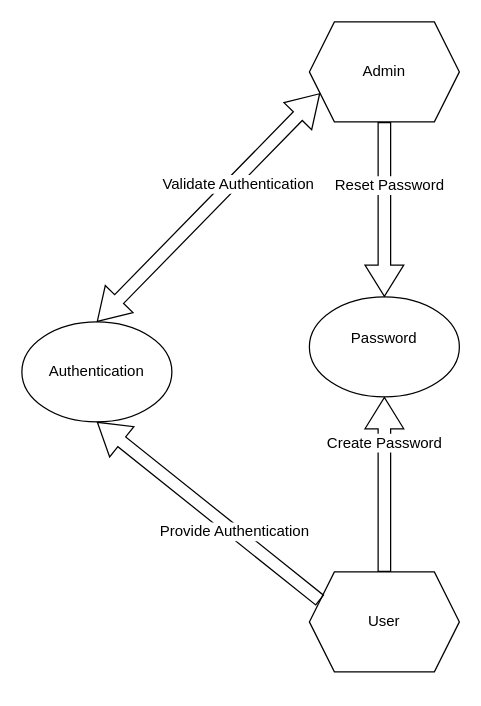
This is diagrams/interaction_2_Use_Case.drawio from AyRidd03/SoftwareAssuranceTeam3, a draw.io file, before an edit. Source tidied: cells renumbered, new cells numbered last; positions are measured from the earlier drawing's top-left corner, leaving out a move shared by most shapes. Both pictures are drawn from the tidied source at 125%, with x=0, y=0 at pixel (21, 21).
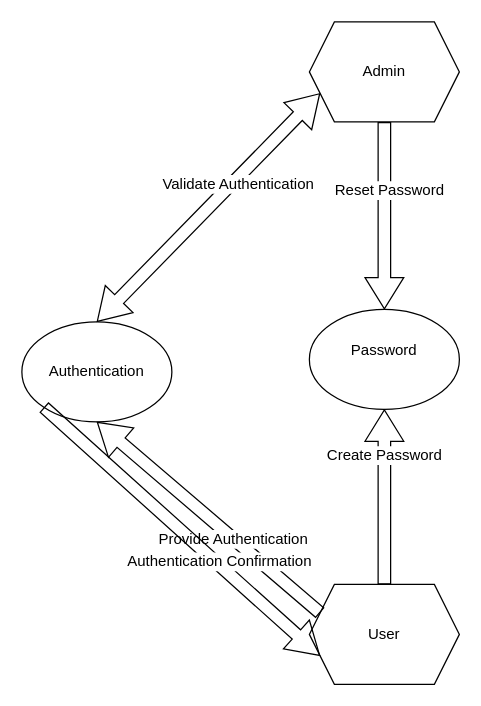
The same page after the edit.

Change to the diagram source:
```diff
@@
 <mxGraphModel>
   <root>
     <mxCell id="0" />
     <mxCell id="1" parent="0" />
     <mxCell id="2" value="Admin" style="shape=hexagon;perimeter=hexagonPerimeter2;whiteSpace=wrap;html=1;shapeInside=1;fixedSize=1;" parent="1" vertex="1">
       <mxGeometry x="230" width="120" height="80" as="geometry" />
     </mxCell>
     <mxCell id="3" value="User" style="shape=hexagon;perimeter=hexagonPerimeter2;whiteSpace=wrap;html=1;shapeInside=1;fixedSize=1;" parent="1" vertex="1">
-      <mxGeometry x="230" y="440" width="120" height="80" as="geometry" />
+      <mxGeometry x="230" y="450" width="120" height="80" as="geometry" />
     </mxCell>
     <mxCell id="4" value="Password&lt;div&gt;&lt;br/&gt;&lt;/div&gt;" style="ellipse;whiteSpace=wrap;html=1;shapeInside=1;" parent="1" vertex="1">
-      <mxGeometry x="230" y="220" width="120" height="80" as="geometry" />
+      <mxGeometry x="230" y="230" width="120" height="80" as="geometry" />
     </mxCell>
     <mxCell id="5" style="shape=flexArrow;endArrow=classic;html=1;rounded=0;fontSize=12;startSize=8;endSize=8;curved=1;entryX=0.5;entryY=1;entryDx=0;entryDy=0;exitX=0.5;exitY=0;exitDx=0;exitDy=0;" parent="1" edge="1" source="3" target="4">
       <mxGeometry relative="1" as="geometry" />
     </mxCell>
     <mxCell id="6" value="Create Password" style="edgeLabel;html=1;align=center;verticalAlign=middle;fontSize=12;" parent="5" vertex="1">
       <mxGeometry x="0.49" y="1" relative="1" as="geometry" />
     </mxCell>
     <mxCell id="7" style="shape=flexArrow;endArrow=classic;html=1;rounded=0;fontSize=12;startSize=8;endSize=8;curved=1;exitX=0.5;exitY=1;exitDx=0;exitDy=0;entryX=0.5;entryY=0;entryDx=0;entryDy=0;" parent="1" edge="1" source="2" target="4">
       <mxGeometry relative="1" as="geometry" />
     </mxCell>
     <mxCell id="8" value="Reset Password" style="edgeLabel;html=1;align=center;verticalAlign=middle;fontSize=12;" parent="7" vertex="1">
       <mxGeometry x="-0.28" y="3" relative="1" as="geometry" />
     </mxCell>
     <mxCell id="9" value="Authentication" style="ellipse;whiteSpace=wrap;html=1;shapeInside=1;" parent="1" vertex="1">
       <mxGeometry y="240" width="120" height="80" as="geometry" />
     </mxCell>
     <mxCell id="10" style="shape=flexArrow;endArrow=classic;html=1;rounded=0;fontSize=12;startSize=8;endSize=8;curved=1;exitX=0;exitY=0.25;exitDx=0;exitDy=0;entryX=0.5;entryY=1;entryDx=0;entryDy=0;" parent="1" edge="1" source="3" target="9">
       <mxGeometry relative="1" as="geometry" />
     </mxCell>
     <mxCell id="11" value="Provide Authentication" style="edgeLabel;html=1;align=center;verticalAlign=middle;fontSize=12;" parent="10" vertex="1">
       <mxGeometry x="-0.22" relative="1" as="geometry" />
     </mxCell>
     <mxCell id="12" style="shape=flexArrow;endArrow=classic;startArrow=classic;html=1;rounded=0;fontSize=12;startSize=8;endSize=8;curved=1;exitX=0.5;exitY=0;exitDx=0;exitDy=0;entryX=0;entryY=0.75;entryDx=0;entryDy=0;" parent="1" edge="1" source="9" target="2">
       <mxGeometry relative="1" as="geometry" />
     </mxCell>
     <mxCell id="13" value="Validate Authentication" style="edgeLabel;html=1;align=center;verticalAlign=middle;fontSize=12;" parent="12" vertex="1">
       <mxGeometry x="0.24" y="-3" relative="1" as="geometry" />
     </mxCell>
+    <mxCell id="14" style="shape=flexArrow;endArrow=classic;html=1;rounded=0;fontSize=12;startSize=8;endSize=8;curved=1;exitX=0;exitY=1;exitDx=0;exitDy=0;entryX=0;entryY=0.75;entryDx=0;entryDy=0;" parent="1" edge="1" source="9" target="3">
+      <mxGeometry relative="1" as="geometry" />
+    </mxCell>
+    <mxCell id="15" value="Authentication Confirmation" style="edgeLabel;html=1;align=center;verticalAlign=middle;fontSize=12;" parent="14" vertex="1">
+      <mxGeometry x="0.26" y="2" relative="1" as="geometry" />
+    </mxCell>
   </root>
 </mxGraphModel>
```
